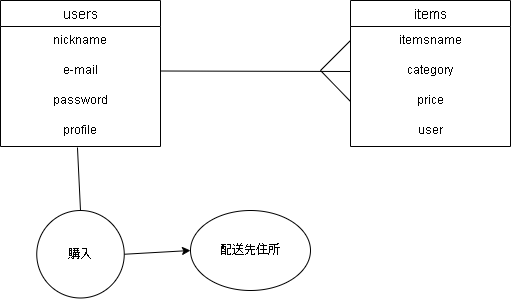
Above: .png in asamiwatababe/furima-39679 (draw.io), before the change. Source tidied: cells renumbered, new cells last; positions are measured from the earlier drawing's top-left corner, leaving out a move shared by most shapes.
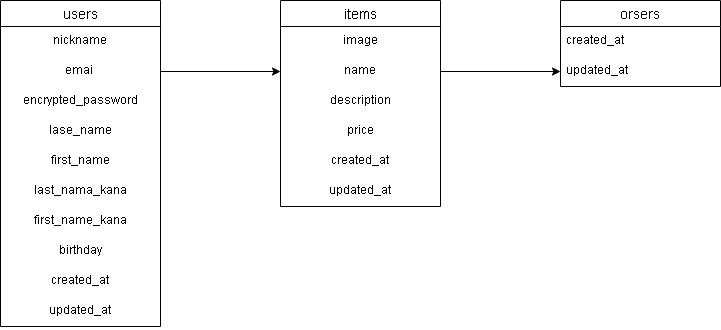
Above is the later version.

What changed in the source:
```diff
@@ -3,62 +3,73 @@
     <mxCell id="0" />
     <mxCell id="1" parent="0" />
     <mxCell id="2" value="users" style="swimlane;fontStyle=0;horizontal=1;startSize=26;align=center;fontSize=14;" parent="1" vertex="1">
-      <mxGeometry width="160" height="146" as="geometry" />
+      <mxGeometry x="40" width="160" height="326" as="geometry" />
     </mxCell>
-    <mxCell id="3" value="nickname" style="text;strokeColor=none;fillColor=none;spacingLeft=4;spacingRight=4;overflow=hidden;fontSize=12;align=center;" parent="2" vertex="1">
-      <mxGeometry y="26" width="160" height="30" as="geometry" />
-    </mxCell>
-    <mxCell id="4" value="e-mail" style="text;strokeColor=none;fillColor=none;spacingLeft=4;spacingRight=4;overflow=hidden;fontSize=12;align=center;" parent="2" vertex="1">
-      <mxGeometry y="56" width="160" height="30" as="geometry" />
+    <mxCell id="4" value="nickname" style="text;strokeColor=none;fillColor=none;spacingLeft=4;spacingRight=4;overflow=hidden;fontSize=12;align=center;" parent="2" vertex="1">
+      <mxGeometry y="26" width="160" height="30" as="geometry" />
     </mxCell>
-    <mxCell id="5" value="password" style="text;strokeColor=none;fillColor=none;spacingLeft=4;spacingRight=4;overflow=hidden;points=[[0,0.5],[1,0.5]];portConstraint=eastwest;fontSize=12;align=center;" parent="2" vertex="1">
-      <mxGeometry y="86" width="160" height="30" as="geometry" />
+    <mxCell id="5" value="emai " style="text;strokeColor=none;fillColor=none;spacingLeft=4;spacingRight=4;overflow=hidden;points=[[0,0.5],[1,0.5]];portConstraint=eastwest;fontSize=12;align=center;" parent="2" vertex="1">
+      <mxGeometry y="56" width="160" height="30" as="geometry" />
     </mxCell>
-    <mxCell id="6" value="profile" style="text;strokeColor=none;fillColor=none;spacingLeft=4;spacingRight=4;overflow=hidden;points=[[0,0.5],[1,0.5]];portConstraint=eastwest;fontSize=12;align=center;" parent="2" vertex="1">
-      <mxGeometry y="116" width="160" height="30" as="geometry" />
+    <mxCell id="6" value="encrypted_password" style="text;strokeColor=none;fillColor=none;spacingLeft=4;spacingRight=4;overflow=hidden;points=[[0,0.5],[1,0.5]];portConstraint=eastwest;fontSize=12;align=center;" parent="2" vertex="1">
+      <mxGeometry y="86" width="160" height="30" as="geometry" />
     </mxCell>
+    <mxCell id="19" value="lase_name" style="text;strokeColor=none;fillColor=none;spacingLeft=4;spacingRight=4;overflow=hidden;fontSize=12;align=center;" parent="2" vertex="1">
+      <mxGeometry y="116" width="160" height="30" as="geometry" />
+    </mxCell>
+    <mxCell id="20" value="first_name" style="text;strokeColor=none;fillColor=none;spacingLeft=4;spacingRight=4;overflow=hidden;fontSize=12;align=center;" parent="2" vertex="1">
+      <mxGeometry y="146" width="160" height="30" as="geometry" />
+    </mxCell>
+    <mxCell id="21" value="last_nama_kana" style="text;strokeColor=none;fillColor=none;spacingLeft=4;spacingRight=4;overflow=hidden;fontSize=12;align=center;" parent="2" vertex="1">
+      <mxGeometry y="176" width="160" height="30" as="geometry" />
+    </mxCell>
+    <mxCell id="22" value="first_name_kana" style="text;strokeColor=none;fillColor=none;spacingLeft=4;spacingRight=4;overflow=hidden;fontSize=12;align=center;" parent="2" vertex="1">
+      <mxGeometry y="206" width="160" height="30" as="geometry" />
+    </mxCell>
+    <mxCell id="23" value="birthday" style="text;strokeColor=none;fillColor=none;spacingLeft=4;spacingRight=4;overflow=hidden;fontSize=12;align=center;" parent="2" vertex="1">
+      <mxGeometry y="236" width="160" height="30" as="geometry" />
+    </mxCell>
+    <mxCell id="24" value="created_at" style="text;strokeColor=none;fillColor=none;spacingLeft=4;spacingRight=4;overflow=hidden;fontSize=12;align=center;" parent="2" vertex="1">
+      <mxGeometry y="266" width="160" height="30" as="geometry" />
+    </mxCell>
+    <mxCell id="25" value="updated_at" style="text;strokeColor=none;fillColor=none;spacingLeft=4;spacingRight=4;overflow=hidden;fontSize=12;align=center;" parent="2" vertex="1">
+      <mxGeometry y="296" width="160" height="30" as="geometry" />
+    </mxCell>
     <mxCell id="7" value="items" style="swimlane;fontStyle=0;horizontal=1;startSize=26;align=center;fontSize=14;" parent="1" vertex="1">
-      <mxGeometry x="350" width="160" height="146" as="geometry" />
+      <mxGeometry x="320" width="160" height="206" as="geometry" />
     </mxCell>
-    <mxCell id="8" value="itemsname" style="text;strokeColor=none;fillColor=none;spacingLeft=4;spacingRight=4;overflow=hidden;fontSize=12;align=center;" parent="7" vertex="1">
+    <mxCell id="8" value="image" style="text;strokeColor=none;fillColor=none;spacingLeft=4;spacingRight=4;overflow=hidden;fontSize=12;align=center;" parent="7" vertex="1">
       <mxGeometry y="26" width="160" height="30" as="geometry" />
     </mxCell>
-    <mxCell id="9" value="category" style="text;strokeColor=none;fillColor=none;spacingLeft=4;spacingRight=4;overflow=hidden;points=[[0,0.5],[1,0.5]];portConstraint=eastwest;fontSize=12;align=center;" parent="7" vertex="1">
+    <mxCell id="9" value="name" style="text;strokeColor=none;fillColor=none;spacingLeft=4;spacingRight=4;overflow=hidden;points=[[0,0.5],[1,0.5]];portConstraint=eastwest;fontSize=12;align=center;" parent="7" vertex="1">
       <mxGeometry y="56" width="160" height="30" as="geometry" />
     </mxCell>
-    <mxCell id="10" value="price" style="text;strokeColor=none;fillColor=none;spacingLeft=4;spacingRight=4;overflow=hidden;points=[[0,0.5],[1,0.5]];portConstraint=eastwest;fontSize=12;align=center;" parent="7" vertex="1">
+    <mxCell id="10" value="description" style="text;strokeColor=none;fillColor=none;spacingLeft=4;spacingRight=4;overflow=hidden;points=[[0,0.5],[1,0.5]];portConstraint=eastwest;fontSize=12;align=center;" parent="7" vertex="1">
       <mxGeometry y="86" width="160" height="30" as="geometry" />
     </mxCell>
-    <mxCell id="11" value="user" style="text;strokeColor=none;fillColor=none;spacingLeft=4;spacingRight=4;overflow=hidden;fontSize=12;align=center;" parent="7" vertex="1">
+    <mxCell id="11" value="price" style="text;strokeColor=none;fillColor=none;spacingLeft=4;spacingRight=4;overflow=hidden;fontSize=12;align=center;" parent="7" vertex="1">
       <mxGeometry y="116" width="160" height="30" as="geometry" />
     </mxCell>
-    <mxCell id="12" style="edgeStyle=none;html=1;exitX=1;exitY=0.5;exitDx=0;exitDy=0;entryX=0;entryY=0.5;entryDx=0;entryDy=0;" parent="1" edge="1" source="13" target="14">
-      <mxGeometry relative="1" as="geometry" />
-    </mxCell>
-    <mxCell id="13" value="購入" style="ellipse;whiteSpace=wrap;html=1;" parent="1" vertex="1">
-      <mxGeometry x="36.2" y="210" width="87.5" height="87.5" as="geometry" />
-    </mxCell>
-    <mxCell id="14" value="配送先住所" style="ellipse;whiteSpace=wrap;html=1;" parent="1" vertex="1">
-      <mxGeometry x="190" y="210" width="120" height="80" as="geometry" />
-    </mxCell>
-    <mxCell id="15" style="endArrow=none;html=1;rounded=0;entryX=0;entryY=0.5;entryDx=0;entryDy=0;" parent="1" edge="1" target="9">
-      <mxGeometry relative="1" as="geometry">
-        <mxPoint x="160" y="70.5" as="sourcePoint" />
-      </mxGeometry>
-    </mxCell>
-    <mxCell id="16" style="endArrow=none;html=1;" parent="1" edge="1">
-      <mxGeometry relative="1" as="geometry">
-        <mxPoint x="320" y="70" as="sourcePoint" />
-        <mxPoint x="350" y="40" as="targetPoint" />
-      </mxGeometry>
-    </mxCell>
-    <mxCell id="17" style="endArrow=none;html=1;entryX=0;entryY=0.5;entryDx=0;entryDy=0;" parent="1" edge="1" target="10">
-      <mxGeometry relative="1" as="geometry">
-        <mxPoint x="320" y="70" as="sourcePoint" />
-      </mxGeometry>
-    </mxCell>
-    <mxCell id="18" style="endArrow=none;html=1;rounded=0;entryX=0.5;entryY=0;entryDx=0;entryDy=0;exitX=0.481;exitY=1.033;exitDx=0;exitDy=0;exitPerimeter=0;" parent="1" edge="1" source="6" target="13">
-      <mxGeometry relative="1" as="geometry" />
-    </mxCell>
+    <mxCell id="26" value="created_at" style="text;strokeColor=none;fillColor=none;spacingLeft=4;spacingRight=4;overflow=hidden;fontSize=12;align=center;" parent="7" vertex="1">
+      <mxGeometry y="146" width="160" height="30" as="geometry" />
+    </mxCell>
+    <mxCell id="27" value="updated_at" style="text;strokeColor=none;fillColor=none;spacingLeft=4;spacingRight=4;overflow=hidden;fontSize=12;align=center;" parent="7" vertex="1">
+      <mxGeometry y="176" width="160" height="30" as="geometry" />
+    </mxCell>
+    <mxCell id="28" value="orsers" style="swimlane;fontStyle=0;horizontal=1;startSize=26;align=center;fontSize=14;" parent="1" vertex="1">
+      <mxGeometry x="600" width="160" height="86" as="geometry" />
+    </mxCell>
+    <mxCell id="29" value="created_at" style="text;strokeColor=none;fillColor=none;spacingLeft=4;spacingRight=4;overflow=hidden;fontSize=12;" parent="28" vertex="1">
+      <mxGeometry y="26" width="160" height="30" as="geometry" />
+    </mxCell>
+    <mxCell id="30" value="updated_at" style="text;strokeColor=none;fillColor=none;spacingLeft=4;spacingRight=4;overflow=hidden;points=[[0,0.5],[1,0.5]];portConstraint=eastwest;fontSize=12;" parent="28" vertex="1">
+      <mxGeometry y="56" width="160" height="30" as="geometry" />
+    </mxCell>
+    <mxCell id="31" style="edgeStyle=none;html=1;exitX=1;exitY=0.5;exitDx=0;exitDy=0;entryX=0;entryY=0.5;entryDx=0;entryDy=0;" parent="1" edge="1" source="9" target="30">
+      <mxGeometry relative="1" as="geometry" />
+    </mxCell>
+    <mxCell id="32" style="edgeStyle=none;html=1;exitX=1;exitY=0.5;exitDx=0;exitDy=0;entryX=0;entryY=0.5;entryDx=0;entryDy=0;" parent="1" edge="1" source="5" target="9">
+      <mxGeometry relative="1" as="geometry" />
+    </mxCell>
   </root>
 </mxGraphModel>
```
